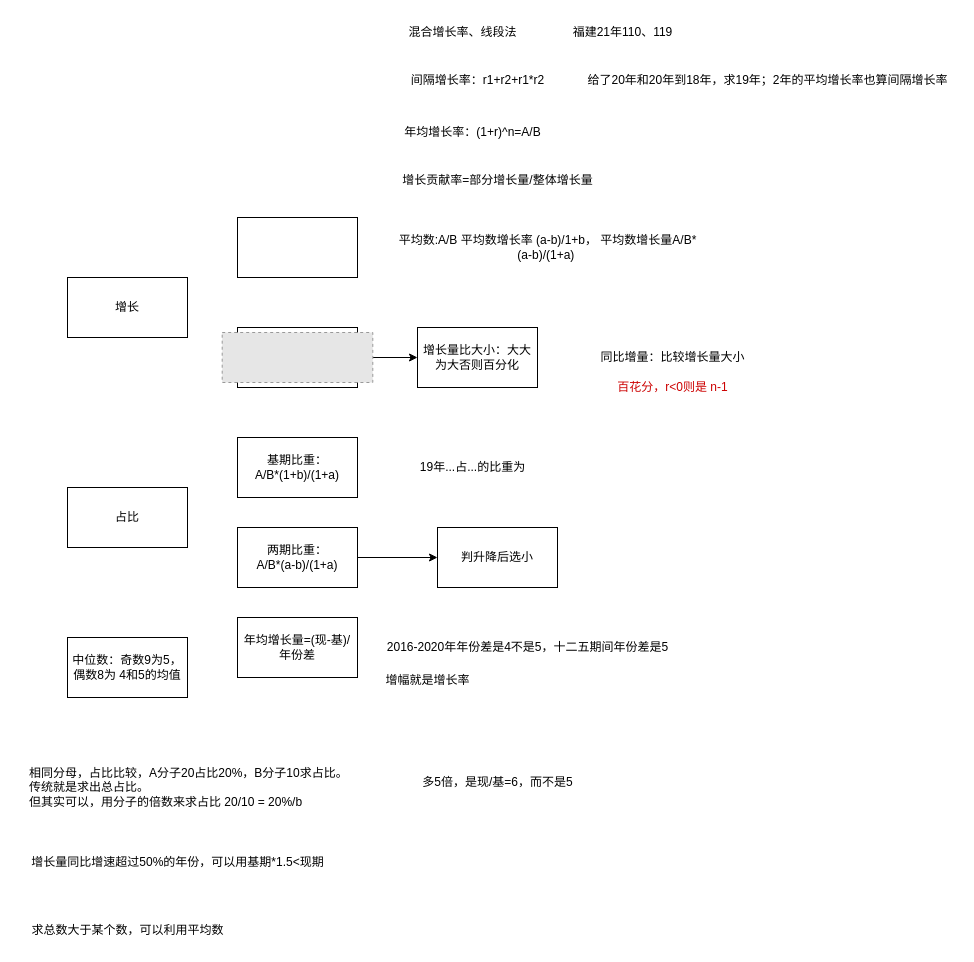
The draw.io diagram 未命名绘图.drawio in cguank/-, before the edit. Source tidied: cells renumbered, new cells numbered last; positions are measured from the earlier drawing's top-left corner, leaving out a move shared by most shapes. Both pictures are drawn from the tidied source at 100%, with x=0, y=0 at pixel (17, 17). Pictures stored in the file or linked from it are replaced by grey dashed boxes.
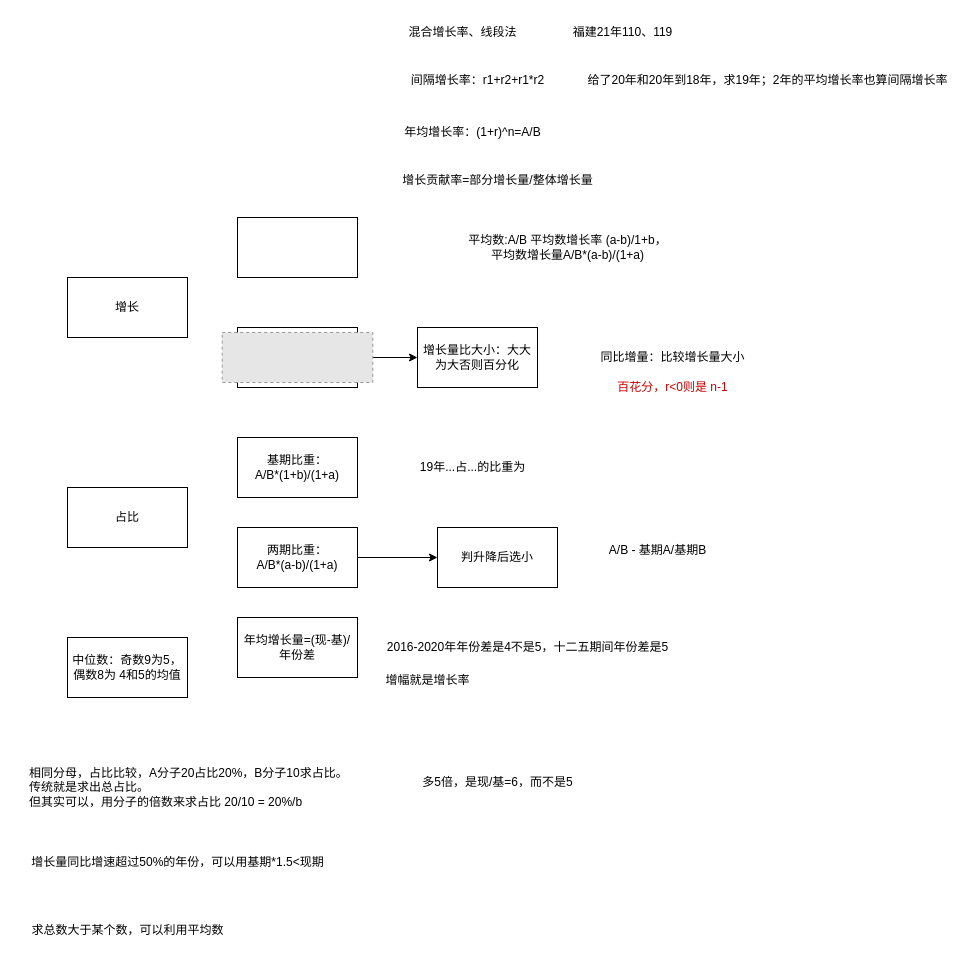
Above is the later version.

Commit message:
更新未命名绘图.drawio

What changed in the source:
```diff
@@
-    <mxCell id="13" value="平均数:A/B 平均数增长率 (a-b)/1+b， 平均数增长量&lt;span style=&quot;text-wrap: wrap;&quot;&gt;A/B*(a-b)/(1+a)&lt;/span&gt;&amp;nbsp;" style="text;html=1;align=center;verticalAlign=middle;strokeColor=none;fillColor=none;" parent="1" vertex="1">
-      <mxGeometry x="340" y="215" width="380" height="30" as="geometry" />
+    <mxCell id="13" value="平均数:A/B 平均数增长率 (a-b)/1+b，&lt;div&gt;&amp;nbsp;平均数增长量&lt;span style=&quot;text-wrap: wrap;&quot;&gt;A/B*(a-b)/(1+a)&lt;/span&gt;&amp;nbsp;&lt;/div&gt;" style="text;html=1;align=center;verticalAlign=middle;strokeColor=none;fillColor=none;" parent="1" vertex="1">
+      <mxGeometry x="440" y="210" width="220" height="40" as="geometry" />
     </mxCell>
@@
+    <mxCell id="31" value="A/B - 基期A/基期B" style="text;html=1;align=center;verticalAlign=middle;strokeColor=none;fillColor=none;" parent="1" vertex="1">
+      <mxGeometry x="580" y="518" width="120" height="30" as="geometry" />
+    </mxCell>
```
